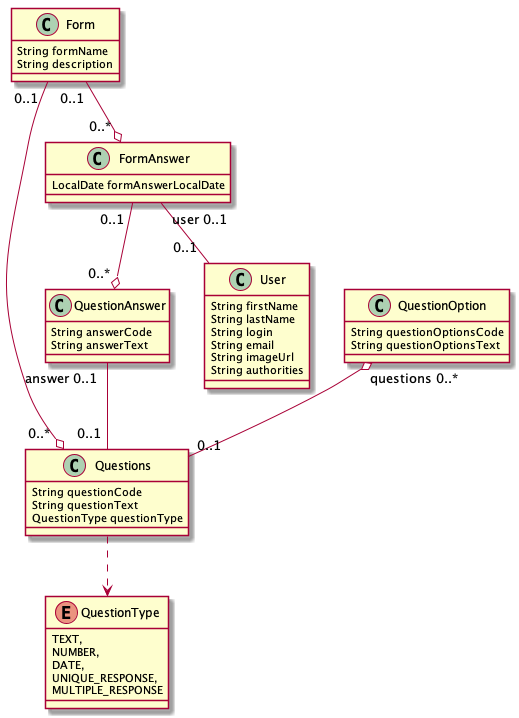
Above: jhipster-jdl.png in lroperod/preventive-form-jhi (PlantUML), before the change. Its diagram source:
```plantuml
@startuml
	!pragma syntax class
	class Form  {
		String formName
		String description
	}
	class Questions  {
		String questionCode
		String questionText
		QuestionType questionType
	}
	Questions ..> QuestionType
	class QuestionOption  {
		String questionOptionsCode
		String questionOptionsText
	}
	enum QuestionType {
		TEXT,
		NUMBER,
		DATE,
		UNIQUE_RESPONSE,
		MULTIPLE_RESPONSE
	}
	class QuestionAnswer  {
		String answerCode
		String answerText
	}
	class FormAnswer  {
		LocalDate formAnswerLocalDate
	}
	Form  "0..1 " --o "0..* "  Questions
	Form  "0..1 " --o "0..* "  FormAnswer
	FormAnswer  "0..1 " --o "0..* "  QuestionAnswer
	QuestionOption  "questions 0..* " o-- "0..1 "  Questions
	FormAnswer  "user 0..1 " -- "0..1 "  User
	QuestionAnswer  "answer 0..1 " -- "0..1 "  Questions
	class User  {
		String firstName
		String lastName
		String login
		String email
		String imageUrl
		String authorities
	}
@enduml
```
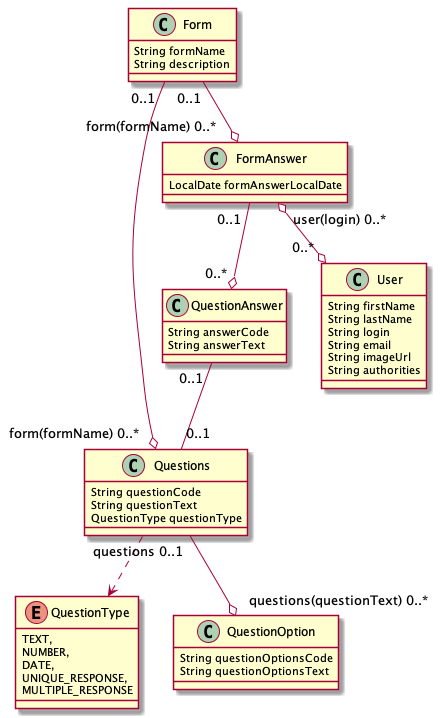
Later version of the same file.

Commit message:
Fix JHI Issues

The edit, as a diff of the source:
```diff
@@ -28,12 +28,12 @@
 	class FormAnswer  {
 		LocalDate formAnswerLocalDate
 	}
-	Form  "0..1 " --o "0..* "  Questions
-	Form  "0..1 " --o "0..* "  FormAnswer
+	Form  "0..1 " --o "form(formName) 0..* "  Questions
+	Form  "0..1 " --o "form(formName) 0..* "  FormAnswer
 	FormAnswer  "0..1 " --o "0..* "  QuestionAnswer
-	QuestionOption  "questions 0..* " o-- "0..1 "  Questions
-	FormAnswer  "user 0..1 " -- "0..1 "  User
-	QuestionAnswer  "answer 0..1 " -- "0..1 "  Questions
+	Questions  "questions 0..1 " --o "questions(questionText) 0..* "  QuestionOption
+	QuestionAnswer  "0..1 " -- "0..1 "  Questions
+	FormAnswer  "user(login) 0..* " o--o "0..* "  User
 	class User  {
 		String firstName
 		String lastName
```
